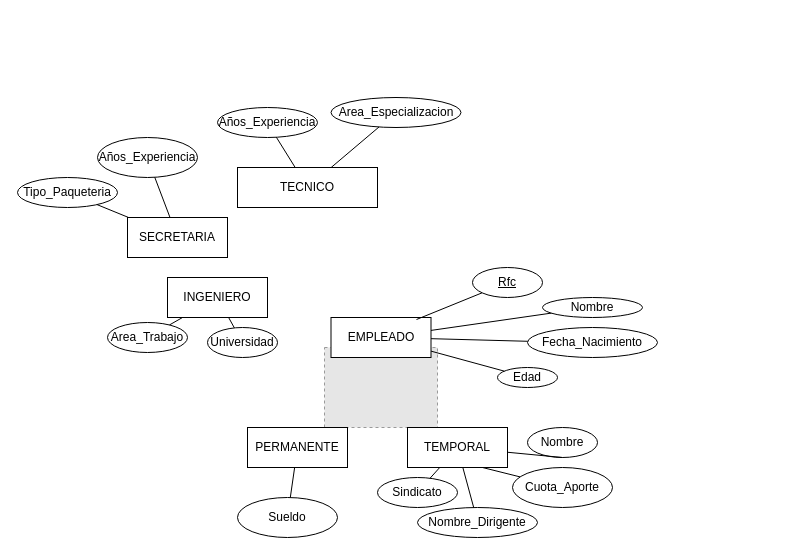
Above: Contrataciones.drawio in IsraMejia/DiagramasEntidadRelacion (draw.io), before the change. Source tidied: cells renumbered, new cells numbered last; positions are measured from the earlier drawing's top-left corner, leaving out a move shared by most shapes. Both pictures are drawn from the tidied source at 100%, with x=0, y=0 at pixel (17, 97). Pictures stored in the file or linked from it are replaced by grey dashed boxes.
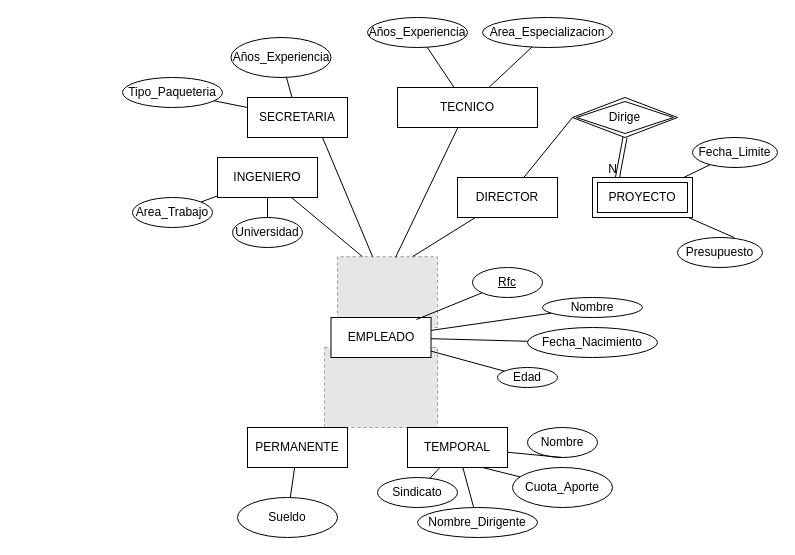
The same diagram, later.

Change to the diagram source:
```diff
@@
+    <mxCell id="39" style="fillColor=#E6E6E6;strokeColor=#999999;dashed=1;verticalLabelPosition=bottom;labelBackgroundColor=#ffffff;verticalAlign=top;rotation=-180;" parent="1" vertex="1">
+      <mxGeometry x="320" y="159.2" width="100" height="70.8" as="geometry" />
+    </mxCell>
@@
     <mxCell id="16" value="INGENIERO" style="whiteSpace=wrap;html=1;align=center;" parent="1" vertex="1">
-      <mxGeometry x="150" y="180" width="100" height="40" as="geometry" />
+      <mxGeometry x="200" y="60" width="100" height="40" as="geometry" />
     </mxCell>
     <mxCell id="17" value="SECRETARIA" style="whiteSpace=wrap;html=1;align=center;" parent="1" vertex="1">
-      <mxGeometry x="110" y="120" width="100" height="40" as="geometry" />
+      <mxGeometry x="230" width="100" height="40" as="geometry" />
     </mxCell>
     <mxCell id="18" value="TECNICO" style="whiteSpace=wrap;html=1;align=center;" parent="1" vertex="1">
-      <mxGeometry x="220" y="70" width="140" height="40" as="geometry" />
+      <mxGeometry x="380" y="-10" width="140" height="40" as="geometry" />
     </mxCell>
@@
     <mxCell id="27" value="Area_Trabajo" style="ellipse;whiteSpace=wrap;html=1;align=center;" parent="1" vertex="1">
-      <mxGeometry x="90" y="225" width="80" height="30" as="geometry" />
+      <mxGeometry x="115" y="100" width="80" height="30" as="geometry" />
     </mxCell>
     <mxCell id="28" value="Universidad" style="ellipse;whiteSpace=wrap;html=1;align=center;" parent="1" vertex="1">
-      <mxGeometry x="190" y="230" width="70" height="30" as="geometry" />
+      <mxGeometry x="215" y="120" width="70" height="30" as="geometry" />
     </mxCell>
@@
     <mxCell id="31" value="Tipo_Paqueteria" style="ellipse;whiteSpace=wrap;html=1;align=center;" parent="1" vertex="1">
-      <mxGeometry y="80" width="100" height="30" as="geometry" />
+      <mxGeometry x="105" y="-20" width="100" height="30" as="geometry" />
     </mxCell>
@@
     <mxCell id="33" value="Años_Experiencia" style="ellipse;whiteSpace=wrap;html=1;align=center;" parent="1" vertex="1">
-      <mxGeometry x="80" y="40" width="100" height="40" as="geometry" />
+      <mxGeometry x="213.5" y="-60" width="100" height="40" as="geometry" />
     </mxCell>
@@
     <mxCell id="35" value="Años_Experiencia" style="ellipse;whiteSpace=wrap;html=1;align=center;" parent="1" vertex="1">
-      <mxGeometry x="200" y="10" width="100" height="30" as="geometry" />
+      <mxGeometry x="350" y="-80" width="100" height="30" as="geometry" />
     </mxCell>
     <mxCell id="36" value="Area_Especializacion" style="ellipse;whiteSpace=wrap;html=1;align=center;" parent="1" vertex="1">
-      <mxGeometry x="313.5" width="130" height="30" as="geometry" />
+      <mxGeometry x="465" y="-80" width="130" height="30" as="geometry" />
     </mxCell>
@@
+    <mxCell id="40" value="DIRECTOR" style="whiteSpace=wrap;html=1;align=center;" parent="1" vertex="1">
+      <mxGeometry x="440" y="80" width="100" height="40" as="geometry" />
+    </mxCell>
+    <mxCell id="41" style="endArrow=none;html=1;rounded=0;exitX=0.25;exitY=1;exitDx=0;exitDy=0;" parent="1" edge="1" source="39" target="40">
+      <mxGeometry relative="1" as="geometry" />
+    </mxCell>
+    <mxCell id="42" style="endArrow=none;html=1;rounded=0;entryX=0.75;entryY=1;entryDx=0;entryDy=0;" parent="1" edge="1" source="16" target="39">
+      <mxGeometry relative="1" as="geometry" />
+    </mxCell>
+    <mxCell id="43" style="endArrow=none;html=1;rounded=0;exitX=0.75;exitY=1;exitDx=0;exitDy=0;" parent="1" edge="1" source="17" target="39">
+      <mxGeometry relative="1" as="geometry" />
+    </mxCell>
+    <mxCell id="44" style="endArrow=none;html=1;rounded=0;entryX=0.42;entryY=0.989;entryDx=0;entryDy=0;entryPerimeter=0;" parent="1" edge="1" source="18" target="39">
+      <mxGeometry relative="1" as="geometry" />
+    </mxCell>
+    <mxCell id="45" value="Presupuesto" style="ellipse;whiteSpace=wrap;html=1;align=center;" parent="1" vertex="1">
+      <mxGeometry x="660" y="140" width="85" height="30" as="geometry" />
+    </mxCell>
+    <mxCell id="46" value="Fecha_Limite" style="ellipse;whiteSpace=wrap;html=1;align=center;" parent="1" vertex="1">
+      <mxGeometry x="675" y="40" width="85" height="30" as="geometry" />
+    </mxCell>
+    <mxCell id="47" style="endArrow=none;html=1;rounded=0;exitX=0.669;exitY=0.004;exitDx=0;exitDy=0;exitPerimeter=0;" parent="1" edge="1" source="45" target="51">
+      <mxGeometry relative="1" as="geometry" />
+    </mxCell>
+    <mxCell id="48" style="endArrow=none;html=1;rounded=0;" parent="1" edge="1" source="46" target="51">
+      <mxGeometry relative="1" as="geometry" />
+    </mxCell>
+    <mxCell id="49" style="endArrow=none;html=1;rounded=0;entryX=0;entryY=0.5;entryDx=0;entryDy=0;" parent="1" edge="1" source="40" target="50">
+      <mxGeometry relative="1" as="geometry" />
+    </mxCell>
+    <mxCell id="50" value="Dirige" style="shape=rhombus;double=1;perimeter=rhombusPerimeter;whiteSpace=wrap;html=1;align=center;" parent="1" vertex="1">
+      <mxGeometry x="555" width="105" height="40" as="geometry" />
+    </mxCell>
+    <mxCell id="51" value="PROYECTO" style="shape=ext;margin=3;double=1;whiteSpace=wrap;html=1;align=center;" parent="1" vertex="1">
+      <mxGeometry x="575" y="80" width="100" height="40" as="geometry" />
+    </mxCell>
+    <mxCell id="52" style="shape=link;html=1;rounded=0;exitX=0.5;exitY=1;exitDx=0;exitDy=0;entryX=0.25;entryY=0;entryDx=0;entryDy=0;" parent="1" edge="1" source="50" target="51">
+      <mxGeometry relative="1" as="geometry" />
+    </mxCell>
+    <mxCell id="53" value="N" style="html=1;align=right;verticalAlign=bottom;" parent="52" vertex="1">
+      <mxGeometry x="1" relative="1" as="geometry" />
+    </mxCell>
```
